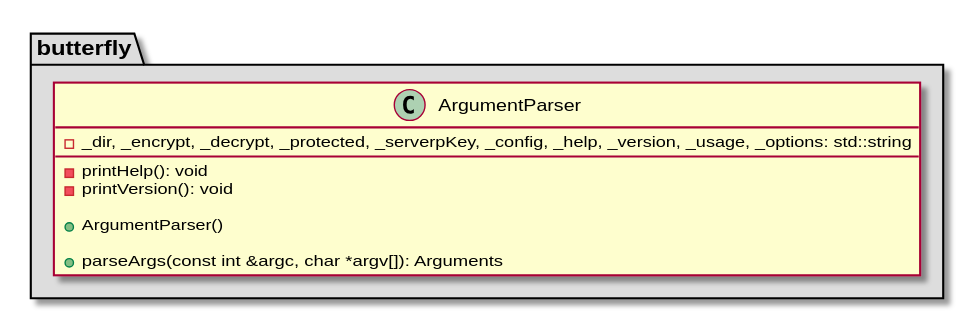
This is architecture/class_diagrams/argumentParser.svg from bierschi/butterfly, a PlantUML export, as it was before one commit.
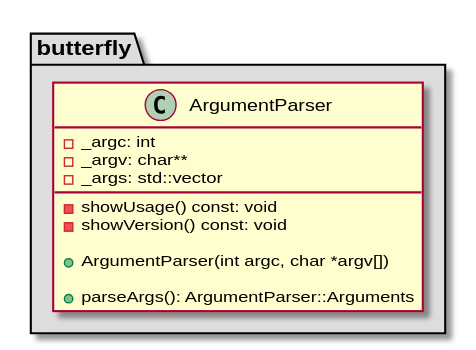
Above is the later version.

What changed in the source:
```diff
@@ -5,13 +5,16 @@
 
 class ArgumentParser
 {
-    -_dir, _encrypt, _decrypt, _protected, _serverpKey, _config, _help, _version, _usage, _options: std::string
-    -printHelp(): void
-    -printVersion(): void
+    - _argc: int
+    - _argv: char**
+    - _args: std::vector
 
-    +ArgumentParser()
+    - showUsage() const: void
+    - showVersion() const: void
 
-    +parseArgs(const int &argc, char *argv[]): Arguments
+    + ArgumentParser(int argc, char *argv[])
+
+    + parseArgs(): ArgumentParser::Arguments
 }
 
 }
```
